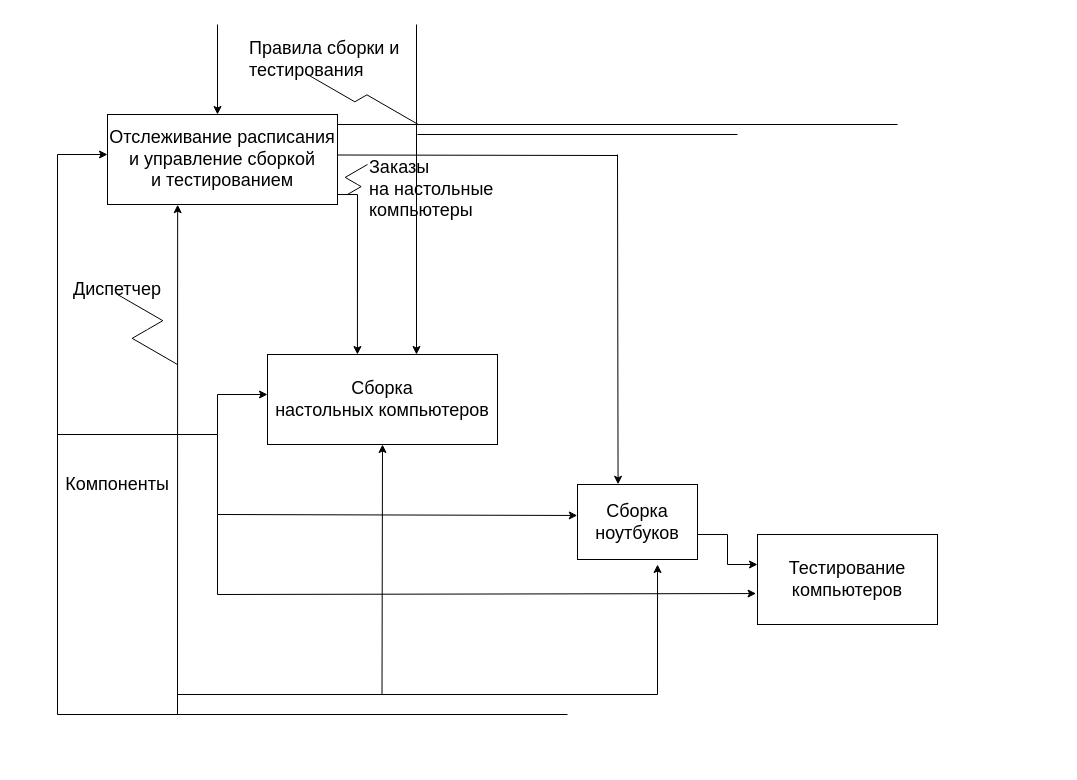
This is lab4 Example.drawio from dibovdmitry/Project, a draw.io file, before an edit. Source tidied: cells renumbered, new cells numbered last; positions are measured from the earlier drawing's top-left corner, leaving out a move shared by most shapes. Both pictures are drawn from the tidied source at 100%, with x=0, y=0 at pixel (57, 24).
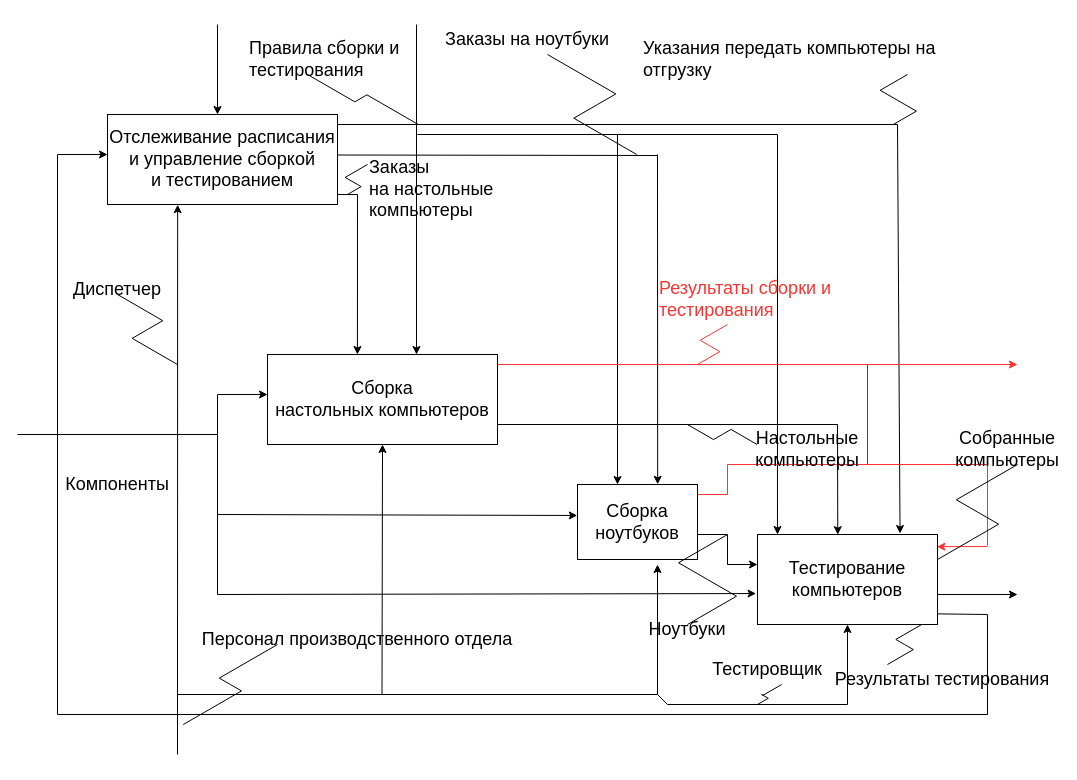
Above is the later version.

Unchanged cells that the change refers to:
```xml
<mxCell id="3" value="Отслеживание расписания и управление сборкой &lt;br&gt;и тестированием" style="rounded=0;whiteSpace=wrap;html=1;fontSize=18;" parent="1" vertex="1">
  <mxGeometry x="50" y="90" width="230" height="90" as="geometry" />
</mxCell>
<mxCell id="26" value="Сборка ноутбуков" style="rounded=0;whiteSpace=wrap;html=1;fontSize=18;" parent="1" vertex="1">
  <mxGeometry x="520" y="460" width="120" height="75" as="geometry" />
</mxCell>
<mxCell id="33" value="Тестирование компьютеров" style="rounded=0;whiteSpace=wrap;html=1;fontSize=18;" parent="1" vertex="1">
  <mxGeometry x="700" y="510" width="180" height="90" as="geometry" />
</mxCell>
```

The edit, as a diff of the source:
```diff
@@
     <mxCell id="6" style="endArrow=none;html=1;rounded=0;fontSize=18;" parent="1" edge="1">
       <mxGeometry relative="1" as="geometry">
         <mxPoint y="690" as="sourcePoint" />
-        <mxPoint x="510" y="690" as="targetPoint" />
+        <mxPoint x="930" y="690" as="targetPoint" />
       </mxGeometry>
     </mxCell>
     <mxCell id="7" style="endArrow=none;html=1;rounded=0;fontSize=18;" parent="1" edge="1">
       <mxGeometry relative="1" as="geometry">
-        <mxPoint y="410" as="sourcePoint" />
+        <mxPoint x="-40" y="410" as="sourcePoint" />
         <mxPoint x="160" y="410" as="targetPoint" />
       </mxGeometry>
     </mxCell>
     <mxCell id="8" style="endArrow=classic;html=1;rounded=0;fontSize=18;entryX=0.305;entryY=1.002;entryDx=0;entryDy=0;entryPerimeter=0;" parent="1" edge="1" target="3">
       <mxGeometry relative="1" as="geometry">
-        <mxPoint x="120" y="690" as="sourcePoint" />
+        <mxPoint x="120" y="730" as="sourcePoint" />
       </mxGeometry>
     </mxCell>
@@
     <mxCell id="23" style="endArrow=none;html=1;rounded=0;fontSize=18;" parent="1" edge="1">
       <mxGeometry relative="1" as="geometry">
         <mxPoint x="280" y="130.5" as="sourcePoint" />
-        <mxPoint x="560" y="131" as="targetPoint" />
+        <mxPoint x="600" y="131" as="targetPoint" />
       </mxGeometry>
     </mxCell>
     <mxCell id="24" style="endArrow=none;html=1;rounded=0;fontSize=18;" parent="1" edge="1">
       <mxGeometry relative="1" as="geometry">
         <mxPoint x="360" y="110" as="sourcePoint" />
-        <mxPoint x="680" y="110" as="targetPoint" />
+        <mxPoint x="720" y="110" as="targetPoint" />
       </mxGeometry>
     </mxCell>
@@
-    <mxCell id="27" style="endArrow=classic;html=1;rounded=0;fontSize=18;entryX=0.338;entryY=-0.003;entryDx=0;entryDy=0;entryPerimeter=0;" parent="1" edge="1" target="26">
-      <mxGeometry relative="1" as="geometry">
-        <mxPoint x="560" y="130" as="sourcePoint" />
-      </mxGeometry>
-    </mxCell>
@@
+    <mxCell id="36" style="endArrow=classic;html=1;rounded=0;fontSize=18;entryX=0.668;entryY=-0.003;entryDx=0;entryDy=0;entryPerimeter=0;" parent="1" edge="1" target="26">
+      <mxGeometry relative="1" as="geometry">
+        <mxPoint x="600" y="130" as="sourcePoint" />
+      </mxGeometry>
+    </mxCell>
+    <mxCell id="37" style="endArrow=classic;html=1;rounded=0;fontSize=18;" parent="1" edge="1">
+      <mxGeometry relative="1" as="geometry">
+        <mxPoint x="560" y="110" as="sourcePoint" />
+        <mxPoint x="560" y="460" as="targetPoint" />
+      </mxGeometry>
+    </mxCell>
+    <mxCell id="38" style="endArrow=classic;html=1;rounded=0;fontSize=18;entryX=0.111;entryY=0;entryDx=0;entryDy=0;entryPerimeter=0;" parent="1" edge="1" target="33">
+      <mxGeometry relative="1" as="geometry">
+        <mxPoint x="720" y="110" as="sourcePoint" />
+      </mxGeometry>
+    </mxCell>
+    <mxCell id="39" style="endArrow=none;html=1;rounded=0;fontSize=18;" parent="1" edge="1">
+      <mxGeometry relative="1" as="geometry">
+        <mxPoint x="440" y="400" as="sourcePoint" />
+        <mxPoint x="780" y="400" as="targetPoint" />
+      </mxGeometry>
+    </mxCell>
+    <mxCell id="40" style="endArrow=classic;html=1;rounded=0;fontSize=18;entryX=0.446;entryY=0.002;entryDx=0;entryDy=0;entryPerimeter=0;" parent="1" edge="1" target="33">
+      <mxGeometry relative="1" as="geometry">
+        <mxPoint x="780" y="400" as="sourcePoint" />
+      </mxGeometry>
+    </mxCell>
+    <mxCell id="41" style="endArrow=classic;html=1;rounded=0;fontSize=18;entryX=0.792;entryY=-0.011;entryDx=0;entryDy=0;entryPerimeter=0;" parent="1" edge="1" target="33">
+      <mxGeometry relative="1" as="geometry">
+        <mxPoint x="840" y="100" as="sourcePoint" />
+      </mxGeometry>
+    </mxCell>
+    <mxCell id="42" style="edgeStyle=isometricEdgeStyle;endArrow=none;html=1;rounded=0;fontSize=18;" parent="1" edge="1">
+      <mxGeometry relative="1" as="geometry">
+        <mxPoint x="125.8" y="700" as="sourcePoint" />
+        <mxPoint x="220" y="620" as="targetPoint" />
+      </mxGeometry>
+    </mxCell>
+    <mxCell id="43" value="Персонал производственного отдела" style="text;html=1;strokeColor=none;fillColor=none;align=center;verticalAlign=middle;whiteSpace=wrap;rounded=0;fontSize=18;" parent="1" vertex="1">
+      <mxGeometry x="130" y="600" width="340" height="30" as="geometry" />
+    </mxCell>
+    <mxCell id="44" style="endArrow=classic;html=1;rounded=0;fontSize=18;fontColor=#000000;strokeColor=#FF3333;" parent="1" edge="1">
+      <mxGeometry relative="1" as="geometry">
+        <mxPoint x="440" y="340" as="sourcePoint" />
+        <mxPoint x="960" y="340" as="targetPoint" />
+      </mxGeometry>
+    </mxCell>
+    <mxCell id="45" style="endArrow=none;html=1;rounded=0;fontSize=18;fontColor=#000000;strokeColor=#FF3333;" parent="1" edge="1">
+      <mxGeometry relative="1" as="geometry">
+        <mxPoint x="640" y="470" as="sourcePoint" />
+        <mxPoint x="670" y="470" as="targetPoint" />
+      </mxGeometry>
+    </mxCell>
+    <mxCell id="46" style="endArrow=none;html=1;rounded=0;fontSize=18;fontColor=#000000;strokeColor=#FF3333;" parent="1" edge="1">
+      <mxGeometry relative="1" as="geometry">
+        <mxPoint x="670" y="470" as="sourcePoint" />
+        <mxPoint x="670" y="440" as="targetPoint" />
+      </mxGeometry>
+    </mxCell>
+    <mxCell id="47" style="endArrow=none;html=1;rounded=0;fontSize=18;fontColor=#000000;strokeColor=#FF3333;" parent="1" edge="1">
+      <mxGeometry relative="1" as="geometry">
+        <mxPoint x="670" y="440" as="sourcePoint" />
+        <mxPoint x="930" y="440" as="targetPoint" />
+      </mxGeometry>
+    </mxCell>
+    <mxCell id="48" style="endArrow=none;html=1;rounded=0;fontSize=18;fontColor=#000000;strokeColor=#FF3333;" parent="1" edge="1">
+      <mxGeometry relative="1" as="geometry">
+        <mxPoint x="930" y="521" as="sourcePoint" />
+        <mxPoint x="930" y="440" as="targetPoint" />
+      </mxGeometry>
+    </mxCell>
+    <mxCell id="49" style="endArrow=classic;html=1;rounded=0;fontSize=18;fontColor=#000000;strokeColor=#FF3333;entryX=1.019;entryY=0.136;entryDx=0;entryDy=0;entryPerimeter=0;" parent="1" edge="1">
+      <mxGeometry relative="1" as="geometry">
+        <mxPoint x="930" y="522" as="sourcePoint" />
+        <mxPoint x="879.4" y="522.2" as="targetPoint" />
+      </mxGeometry>
+    </mxCell>
+    <mxCell id="50" style="endArrow=none;html=1;rounded=0;fontSize=18;fontColor=#000000;strokeColor=#FF0000;" parent="1" edge="1">
+      <mxGeometry relative="1" as="geometry">
+        <mxPoint x="810" y="440" as="sourcePoint" />
+        <mxPoint x="810" y="340" as="targetPoint" />
+      </mxGeometry>
+    </mxCell>
+    <mxCell id="51" style="endArrow=none;html=1;rounded=0;fontSize=18;fontColor=#000000;strokeColor=#000000;" parent="1" edge="1">
+      <mxGeometry relative="1" as="geometry">
+        <mxPoint x="600" y="670" as="sourcePoint" />
+        <mxPoint x="610" y="680" as="targetPoint" />
+      </mxGeometry>
+    </mxCell>
+    <mxCell id="52" style="endArrow=none;html=1;rounded=0;fontSize=18;fontColor=#000000;strokeColor=#000000;" parent="1" edge="1">
+      <mxGeometry relative="1" as="geometry">
+        <mxPoint x="610" y="680" as="sourcePoint" />
+        <mxPoint x="790" y="680" as="targetPoint" />
+      </mxGeometry>
+    </mxCell>
+    <mxCell id="53" style="endArrow=classic;html=1;rounded=0;fontSize=18;fontColor=#000000;strokeColor=#000000;entryX=0.5;entryY=1;entryDx=0;entryDy=0;" parent="1" edge="1" target="33">
+      <mxGeometry relative="1" as="geometry">
+        <mxPoint x="790" y="680" as="sourcePoint" />
+      </mxGeometry>
+    </mxCell>
+    <mxCell id="54" style="edgeStyle=isometricEdgeStyle;endArrow=none;html=1;rounded=0;fontSize=18;fontColor=#000000;strokeColor=#000000;" parent="1" edge="1">
+      <mxGeometry relative="1" as="geometry">
+        <mxPoint x="630" y="600" as="sourcePoint" />
+        <mxPoint x="670" y="510" as="targetPoint" />
+      </mxGeometry>
+    </mxCell>
+    <mxCell id="55" value="Ноутбуки" style="text;html=1;strokeColor=none;fillColor=none;align=center;verticalAlign=middle;whiteSpace=wrap;rounded=0;fontSize=18;fontColor=#000000;" parent="1" vertex="1">
+      <mxGeometry x="600" y="590" width="60" height="30" as="geometry" />
+    </mxCell>
+    <mxCell id="56" style="edgeStyle=isometricEdgeStyle;endArrow=none;html=1;rounded=0;fontSize=18;fontColor=#000000;strokeColor=#000000;" parent="1" edge="1">
+      <mxGeometry relative="1" as="geometry">
+        <mxPoint x="700" y="680" as="sourcePoint" />
+        <mxPoint x="724.2" y="660" as="targetPoint" />
+        <Array as="points">
+          <mxPoint x="704.2" y="670" />
+        </Array>
+      </mxGeometry>
+    </mxCell>
+    <mxCell id="57" value="Тестировщик" style="text;html=1;strokeColor=none;fillColor=none;align=center;verticalAlign=middle;whiteSpace=wrap;rounded=0;fontSize=18;fontColor=#000000;" parent="1" vertex="1">
+      <mxGeometry x="680" y="630" width="60" height="30" as="geometry" />
+    </mxCell>
+    <mxCell id="58" style="edgeStyle=isometricEdgeStyle;endArrow=none;html=1;rounded=0;fontSize=18;fontColor=#000000;strokeColor=#000000;" parent="1" edge="1">
+      <mxGeometry relative="1" as="geometry">
+        <mxPoint x="830" y="640" as="sourcePoint" />
+        <mxPoint x="864.2" y="600" as="targetPoint" />
+      </mxGeometry>
+    </mxCell>
+    <mxCell id="59" value="Результаты тестирования" style="text;html=1;strokeColor=none;fillColor=none;align=center;verticalAlign=middle;whiteSpace=wrap;rounded=0;fontSize=18;fontColor=#000000;" parent="1" vertex="1">
+      <mxGeometry x="770" y="640" width="230" height="30" as="geometry" />
+    </mxCell>
+    <mxCell id="60" style="endArrow=none;html=1;rounded=0;fontSize=18;fontColor=#000000;strokeColor=#000000;" parent="1" edge="1">
+      <mxGeometry relative="1" as="geometry">
+        <mxPoint x="930" y="690" as="sourcePoint" />
+        <mxPoint x="930" y="590" as="targetPoint" />
+      </mxGeometry>
+    </mxCell>
+    <mxCell id="61" style="endArrow=none;html=1;rounded=0;fontSize=18;fontColor=#000000;strokeColor=#000000;exitX=0.999;exitY=0.882;exitDx=0;exitDy=0;exitPerimeter=0;" parent="1" edge="1" source="33">
+      <mxGeometry relative="1" as="geometry">
+        <mxPoint x="930" y="590" as="targetPoint" />
+      </mxGeometry>
+    </mxCell>
+    <mxCell id="62" style="edgeStyle=isometricEdgeStyle;endArrow=none;html=1;elbow=vertical;rounded=0;fontSize=18;fontColor=#000000;strokeColor=#000000;" parent="1" edge="1">
+      <mxGeometry relative="1" as="geometry">
+        <mxPoint x="579.2" y="130" as="sourcePoint" />
+        <mxPoint x="490" y="30" as="targetPoint" />
+        <Array as="points">
+          <mxPoint x="540" y="80" />
+        </Array>
+      </mxGeometry>
+    </mxCell>
+    <mxCell id="63" value="Заказы на ноутбуки" style="text;html=1;strokeColor=none;fillColor=none;align=center;verticalAlign=middle;whiteSpace=wrap;rounded=0;fontSize=18;fontColor=#000000;" parent="1" vertex="1">
+      <mxGeometry x="360" width="220" height="30" as="geometry" />
+    </mxCell>
+    <mxCell id="64" style="edgeStyle=isometricEdgeStyle;endArrow=none;html=1;rounded=0;fontSize=18;fontColor=#000000;strokeColor=#000000;" parent="1" edge="1">
+      <mxGeometry relative="1" as="geometry">
+        <mxPoint x="835.8" y="100" as="sourcePoint" />
+        <mxPoint x="850" y="50" as="targetPoint" />
+        <Array as="points">
+          <mxPoint x="830" y="70" />
+        </Array>
+      </mxGeometry>
+    </mxCell>
+    <mxCell id="65" value="Указания передать компьютеры на отгрузку" style="text;html=1;strokeColor=none;fillColor=none;align=left;verticalAlign=middle;whiteSpace=wrap;rounded=0;fontSize=18;fontColor=#000000;" parent="1" vertex="1">
+      <mxGeometry x="584" y="20" width="350" height="30" as="geometry" />
+    </mxCell>
+    <mxCell id="66" style="edgeStyle=isometricEdgeStyle;endArrow=none;html=1;rounded=0;fontSize=18;fontColor=#000000;strokeColor=#000000;" parent="1" edge="1">
+      <mxGeometry relative="1" as="geometry">
+        <mxPoint x="880" y="535" as="sourcePoint" />
+        <mxPoint x="960" y="440" as="targetPoint" />
+      </mxGeometry>
+    </mxCell>
+    <mxCell id="67" value="Собранные компьютеры" style="text;html=1;strokeColor=none;fillColor=none;align=center;verticalAlign=middle;whiteSpace=wrap;rounded=0;fontSize=18;fontColor=#000000;" parent="1" vertex="1">
+      <mxGeometry x="920" y="410" width="60" height="30" as="geometry" />
+    </mxCell>
+    <mxCell id="68" style="edgeStyle=isometricEdgeStyle;endArrow=none;html=1;elbow=vertical;rounded=0;fontSize=18;fontColor=#000000;strokeColor=#000000;" parent="1" edge="1">
+      <mxGeometry relative="1" as="geometry">
+        <mxPoint x="699.6" y="420" as="sourcePoint" />
+        <mxPoint x="630" y="400" as="targetPoint" />
+      </mxGeometry>
+    </mxCell>
+    <mxCell id="69" value="Настольные компьютеры" style="text;html=1;strokeColor=none;fillColor=none;align=center;verticalAlign=middle;whiteSpace=wrap;rounded=0;fontSize=18;fontColor=#000000;" parent="1" vertex="1">
+      <mxGeometry x="720" y="410" width="60" height="30" as="geometry" />
+    </mxCell>
+    <mxCell id="70" style="endArrow=classic;html=1;rounded=0;fontSize=18;fontColor=#000000;strokeColor=#000000;" parent="1" edge="1">
+      <mxGeometry relative="1" as="geometry">
+        <mxPoint x="880" y="570" as="sourcePoint" />
+        <mxPoint x="960" y="570" as="targetPoint" />
+      </mxGeometry>
+    </mxCell>
+    <mxCell id="71" style="edgeStyle=isometricEdgeStyle;endArrow=none;html=1;rounded=0;fontSize=18;fontColor=#000000;strokeColor=#FF3333;" parent="1" edge="1">
+      <mxGeometry relative="1" as="geometry">
+        <mxPoint x="640" y="340" as="sourcePoint" />
+        <mxPoint x="670" y="300" as="targetPoint" />
+        <Array as="points">
+          <mxPoint x="650" y="320" />
+        </Array>
+      </mxGeometry>
+    </mxCell>
+    <mxCell id="72" value="Результаты сборки и тестирования" style="text;html=1;strokeColor=none;fillColor=none;align=left;verticalAlign=middle;whiteSpace=wrap;rounded=0;fontSize=18;fontColor=#FF3333;" parent="1" vertex="1">
+      <mxGeometry x="600" y="260" width="180" height="30" as="geometry" />
+    </mxCell>
```
